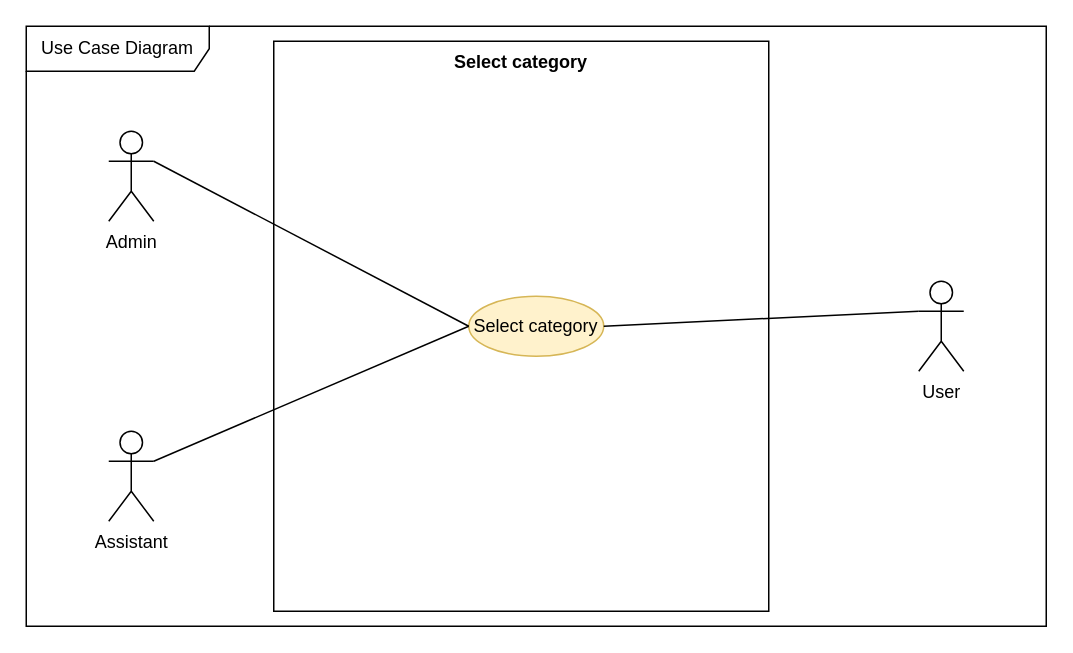
Earlier version of the draw.io diagram images/ucd images/Select category.drawio (mandarinkb/project-final-document). Source tidied: cells renumbered, new cells numbered last; positions are measured from the earlier drawing's top-left corner, leaving out a move shared by most shapes. Both pictures are drawn from the tidied source at 150%, with x=0, y=0 at pixel (26, 26).
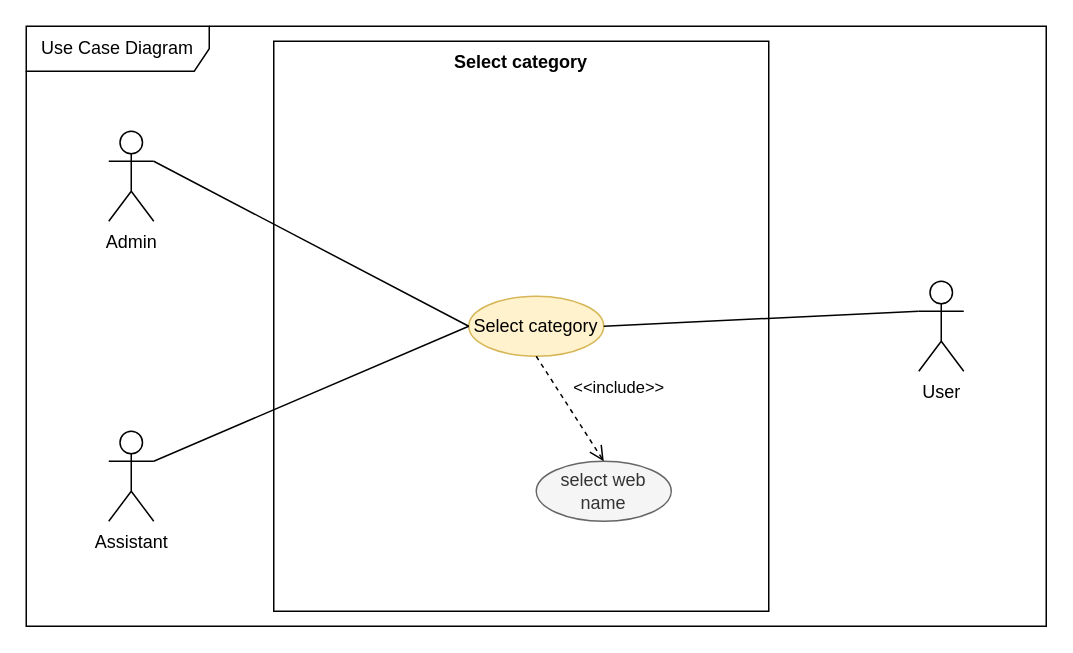
The same page after the edit.

Change to the diagram source:
```diff
@@
 <mxGraphModel>
   <root>
     <mxCell id="0" />
     <mxCell id="1" parent="0" />
     <mxCell id="2" value="Use Case Diagram" style="shape=umlFrame;whiteSpace=wrap;html=1;width=122;height=30;" parent="1" vertex="1">
       <mxGeometry width="680" height="400" as="geometry" />
     </mxCell>
     <mxCell id="3" style="html=1;" parent="1" vertex="1">
       <mxGeometry x="165" y="10" width="330" height="380" as="geometry" />
     </mxCell>
     <mxCell id="4" value="Admin" style="shape=umlActor;verticalLabelPosition=bottom;verticalAlign=top;html=1;" parent="1" vertex="1">
       <mxGeometry x="55" y="70" width="30" height="60" as="geometry" />
     </mxCell>
     <mxCell id="5" value="User" style="shape=umlActor;verticalLabelPosition=bottom;verticalAlign=top;html=1;" parent="1" vertex="1">
       <mxGeometry x="595" y="170" width="30" height="60" as="geometry" />
     </mxCell>
     <mxCell id="6" value="Assistant" style="shape=umlActor;verticalLabelPosition=bottom;verticalAlign=top;html=1;" parent="1" vertex="1">
       <mxGeometry x="55" y="270" width="30" height="60" as="geometry" />
     </mxCell>
     <mxCell id="7" value="Select category" style="ellipse;whiteSpace=wrap;html=1;fillColor=#fff2cc;strokeColor=#d6b656;" parent="1" vertex="1">
       <mxGeometry x="295" y="180" width="90" height="40" as="geometry" />
     </mxCell>
     <mxCell id="8" value="Select category" style="text;align=center;fontStyle=1;verticalAlign=middle;spacingLeft=3;spacingRight=3;strokeColor=none;" parent="1" vertex="1">
       <mxGeometry x="290" y="10" width="80" height="26" as="geometry" />
     </mxCell>
     <mxCell id="9" style="endArrow=none;html=1;entryX=0;entryY=0.5;entryDx=0;entryDy=0;exitX=1;exitY=0.3333333333333333;exitDx=0;exitDy=0;exitPerimeter=0;" parent="1" edge="1" source="4" target="7">
       <mxGeometry relative="1" as="geometry" />
     </mxCell>
     <mxCell id="10" style="endArrow=none;html=1;exitX=1;exitY=0.3333333333333333;exitDx=0;exitDy=0;exitPerimeter=0;entryX=0;entryY=0.5;entryDx=0;entryDy=0;" parent="1" edge="1" source="6" target="7">
       <mxGeometry relative="1" as="geometry" />
     </mxCell>
     <mxCell id="11" style="endArrow=none;html=1;entryX=0;entryY=0.3333333333333333;entryDx=0;entryDy=0;exitX=1;exitY=0.5;exitDx=0;exitDy=0;entryPerimeter=0;" parent="1" edge="1" source="7" target="5">
       <mxGeometry relative="1" as="geometry" />
     </mxCell>
+    <mxCell id="12" value="select web name" style="ellipse;whiteSpace=wrap;html=1;fillColor=#f5f5f5;strokeColor=#666666;fontColor=#333333;" parent="1" vertex="1">
+      <mxGeometry x="340" y="290" width="90" height="40" as="geometry" />
+    </mxCell>
+    <mxCell id="13" value="&amp;lt;&amp;lt;include&amp;gt;&amp;gt;" style="html=1;verticalAlign=bottom;endArrow=open;dashed=1;endSize=8;entryX=0.5;entryY=0;entryDx=0;entryDy=0;exitX=0.5;exitY=1;exitDx=0;exitDy=0;" parent="1" edge="1" source="7" target="12">
+      <mxGeometry x="0.32" y="30" relative="1" as="geometry" />
+    </mxCell>
   </root>
 </mxGraphModel>
```
